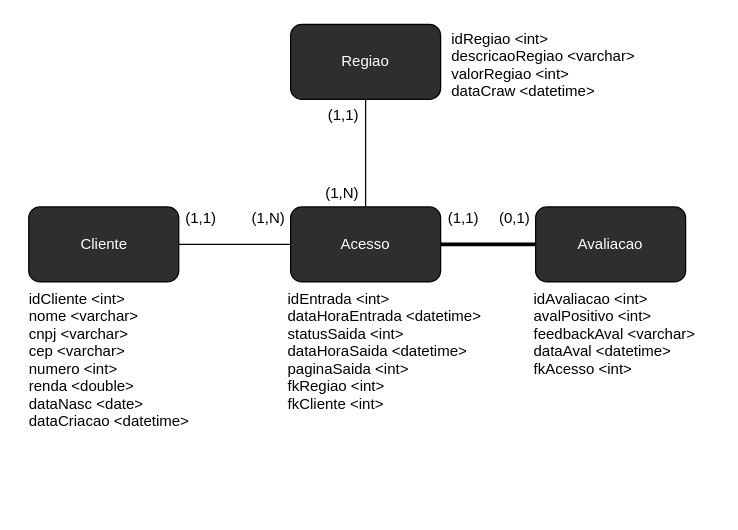
Above: banco_de_dados/modelagem-bd.drawio in felipe-dias-azevedo/Finoban (draw.io), before the change. Source tidied: cells renumbered, new cells numbered last; positions are measured from the earlier drawing's top-left corner, leaving out a move shared by most shapes. Both pictures are drawn from the tidied source at 125%, with x=0, y=0 at pixel (21, 21).
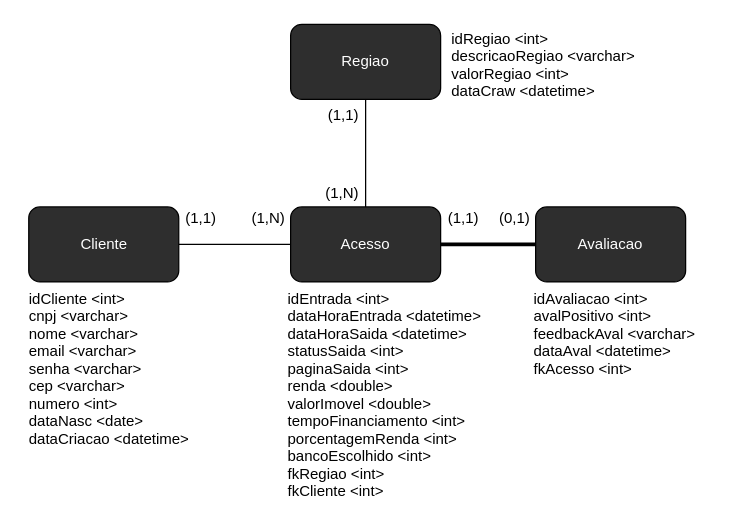
After the change.

Commit message (it also covers changes not shown here):
atualizado modelagem do banco

Change to the diagram source:
```diff
@@
-    <mxCell id="7" value="idCliente &lt;int&gt;&#10;nome &lt;varchar&gt;&#10;cnpj &lt;varchar&gt;&#10;cep &lt;varchar&gt;&#10;numero &lt;int&gt;&#10;renda &lt;double&gt;&#10;dataNasc &lt;date&gt;&#10;dataCriacao &lt;datetime&gt;&#10;" style="text;strokeColor=none;fillColor=none;align=left;verticalAlign=top;spacingLeft=4;spacingRight=4;overflow=hidden;" parent="1" vertex="1">
+    <mxCell id="7" value="idCliente &lt;int&gt;&#10;cnpj &lt;varchar&gt;&#10;nome &lt;varchar&gt;&#10;email &lt;varchar&gt;&#10;senha &lt;varchar&gt;&#10;cep &lt;varchar&gt;&#10;numero &lt;int&gt;&#10;dataNasc &lt;date&gt;&#10;dataCriacao &lt;datetime&gt;&#10;" style="text;strokeColor=none;fillColor=none;align=left;verticalAlign=top;spacingLeft=4;spacingRight=4;overflow=hidden;" parent="1" vertex="1">
       <mxGeometry y="208" width="140" height="150" as="geometry" />
     </mxCell>
-    <mxCell id="8" value="idEntrada &lt;int&gt;&#10;dataHoraEntrada &lt;datetime&gt;&#10;statusSaida &lt;int&gt;&#10;dataHoraSaida &lt;datetime&gt;&#10;paginaSaida &lt;int&gt;&#10;fkRegiao &lt;int&gt;&#10;fkCliente &lt;int&gt;" style="text;strokeColor=none;fillColor=none;align=left;verticalAlign=top;spacingLeft=4;spacingRight=4;overflow=hidden;" parent="1" vertex="1">
-      <mxGeometry x="207" y="208" width="166" height="120" as="geometry" />
+    <mxCell id="8" value="idEntrada &lt;int&gt;&#10;dataHoraEntrada &lt;datetime&gt;&#10;dataHoraSaida &lt;datetime&gt;&#10;statusSaida &lt;int&gt;&#10;paginaSaida &lt;int&gt;&#10;renda &lt;double&gt;&#10;valorImovel &lt;double&gt;&#10;tempoFinanciamento &lt;int&gt;&#10;porcentagemRenda &lt;int&gt;&#10;bancoEscolhido &lt;int&gt;&#10;fkRegiao &lt;int&gt;&#10;fkCliente &lt;int&gt;" style="text;strokeColor=none;fillColor=none;align=left;verticalAlign=top;spacingLeft=4;spacingRight=4;overflow=hidden;" parent="1" vertex="1">
+      <mxGeometry x="207" y="208" width="172" height="179" as="geometry" />
     </mxCell>
```
